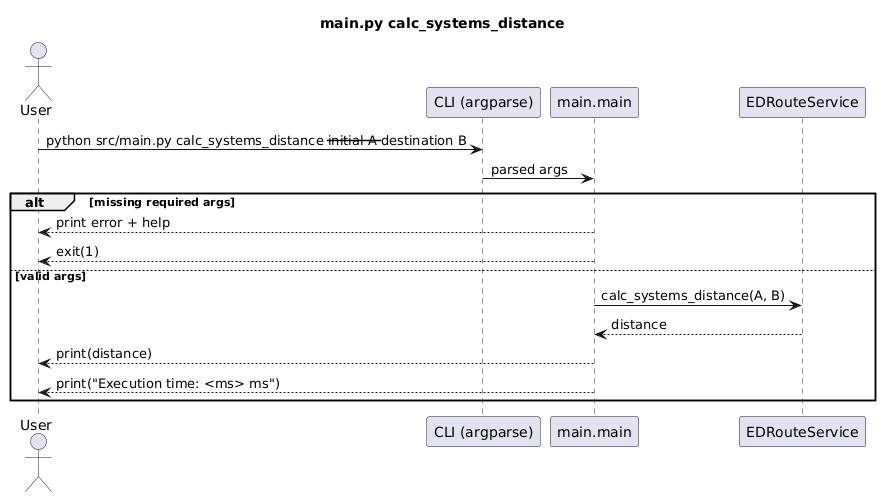
Above: docs/main_sequences/main_calc_systems_distance.png in fazleskhan/elite_dangerous_discord_tools (PlantUML), before the change. Its diagram source:
```plantuml
@startuml
title main.py calc_systems_distance
actor User
participant "CLI (argparse)" as CLI
participant "main.main" as Main
participant "EDRouteService" as Route

User -> CLI : python src/main.py calc_systems_distance --initial A --destination B
CLI -> Main : parsed args

alt missing required args
  Main --> User : print error + help
  Main --> User : exit(1)
else valid args
  Main -> Route : calc_systems_distance(A, B)
  Route --> Main : distance
  Main --> User : print(distance)
  Main --> User : print("Execution time: <ms> ms")
end
@enduml
```
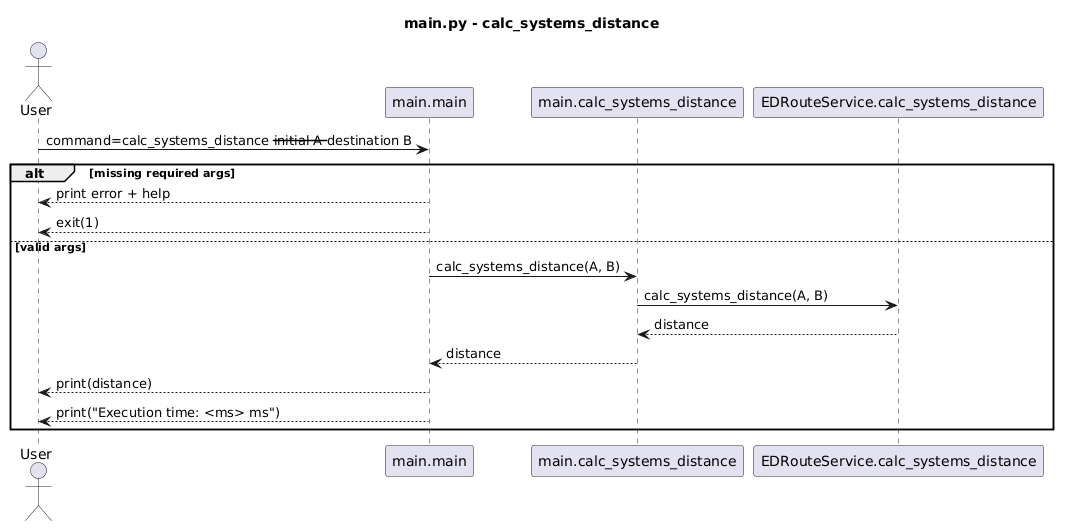
Later version of the same file.

Diff of the diagram source:
```diff
@@ -1,19 +1,20 @@
 @startuml
-title main.py calc_systems_distance
+title main.py - calc_systems_distance
+
 actor User
-participant "CLI (argparse)" as CLI
 participant "main.main" as Main
-participant "EDRouteService" as Route
+participant "main.calc_systems_distance" as Calc
+participant "EDRouteService.calc_systems_distance" as Route
 
-User -> CLI : python src/main.py calc_systems_distance --initial A --destination B
-CLI -> Main : parsed args
-
+User -> Main : command=calc_systems_distance --initial A --destination B
 alt missing required args
   Main --> User : print error + help
   Main --> User : exit(1)
 else valid args
-  Main -> Route : calc_systems_distance(A, B)
-  Route --> Main : distance
+  Main -> Calc : calc_systems_distance(A, B)
+  Calc -> Route : calc_systems_distance(A, B)
+  Route --> Calc : distance
+  Calc --> Main : distance
   Main --> User : print(distance)
   Main --> User : print("Execution time: <ms> ms")
 end
```
